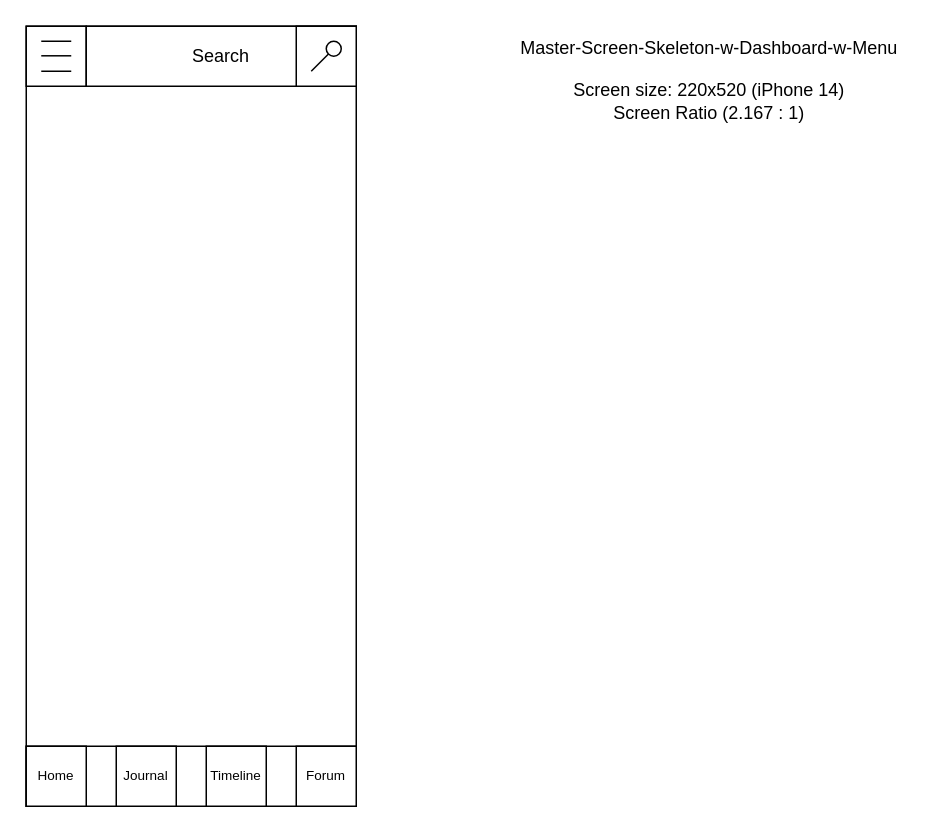
Above: page "Master-Screen-Skeleton-w-Dash" (1 of 15) of Chronicle_Initial_App_Wireframe_Designs.drawio in Vaibhav-G-Parmar/Chronicle-Your-Ultimate-Travel-Companion (draw.io), before the change. Source tidied: cells renumbered, new cells numbered last; positions are measured from the earlier drawing's top-left corner, leaving out a move shared by most shapes. Both pictures are drawn from the tidied source at 150%, with x=0, y=0 at pixel (26, 26).
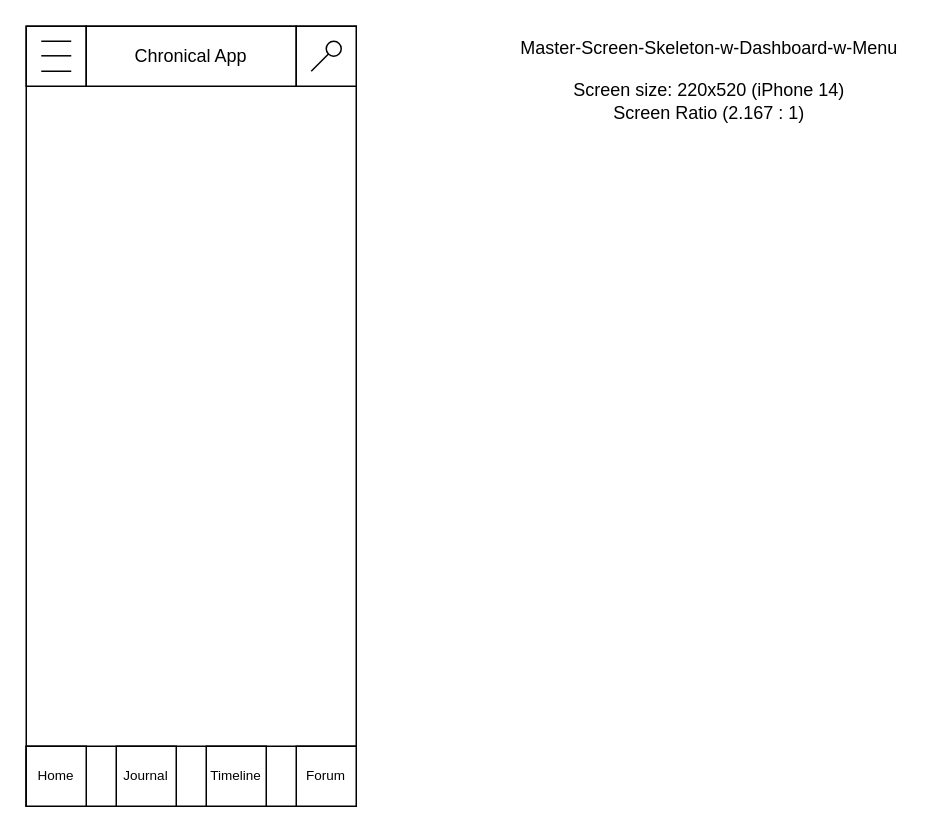
The same diagram, later.

Diff of the diagram source:
```diff
@@
-    <mxCell id="12" value="Search" style="rounded=0;whiteSpace=wrap;html=1;" parent="1" vertex="1">
-      <mxGeometry x="40" width="180" height="40" as="geometry" />
+    <mxCell id="12" value="Chronical App" style="rounded=0;whiteSpace=wrap;html=1;" parent="1" vertex="1">
+      <mxGeometry x="40" width="140" height="40" as="geometry" />
     </mxCell>
```
